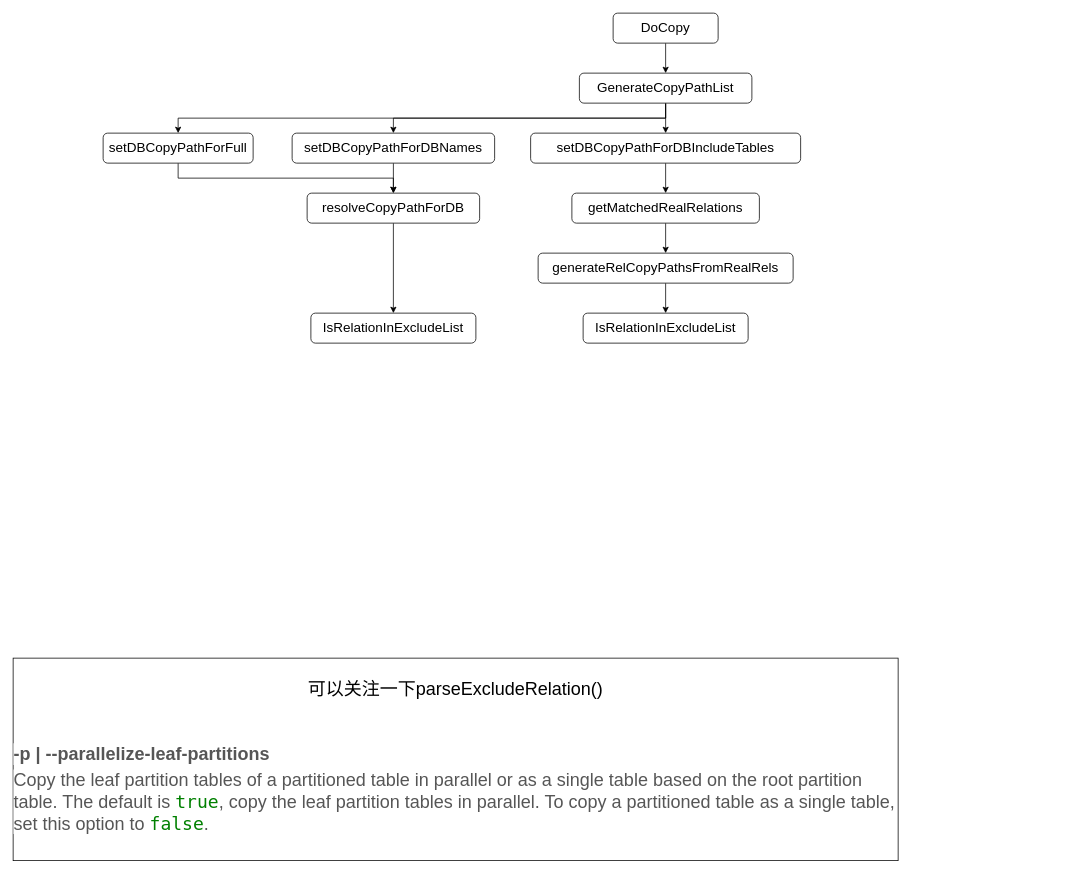
Terry1504/yongtao_notes keeps this draw.io diagram as page "第 6 页" (6 of 6) of gpcopy.drawio. Above is the earlier version. Source tidied: cells renumbered, new cells numbered last; positions are measured from the earlier drawing's top-left corner, leaving out a move shared by most shapes. Both pictures are drawn from the tidied source at 75%, with x=0, y=0 at pixel (13, 13).
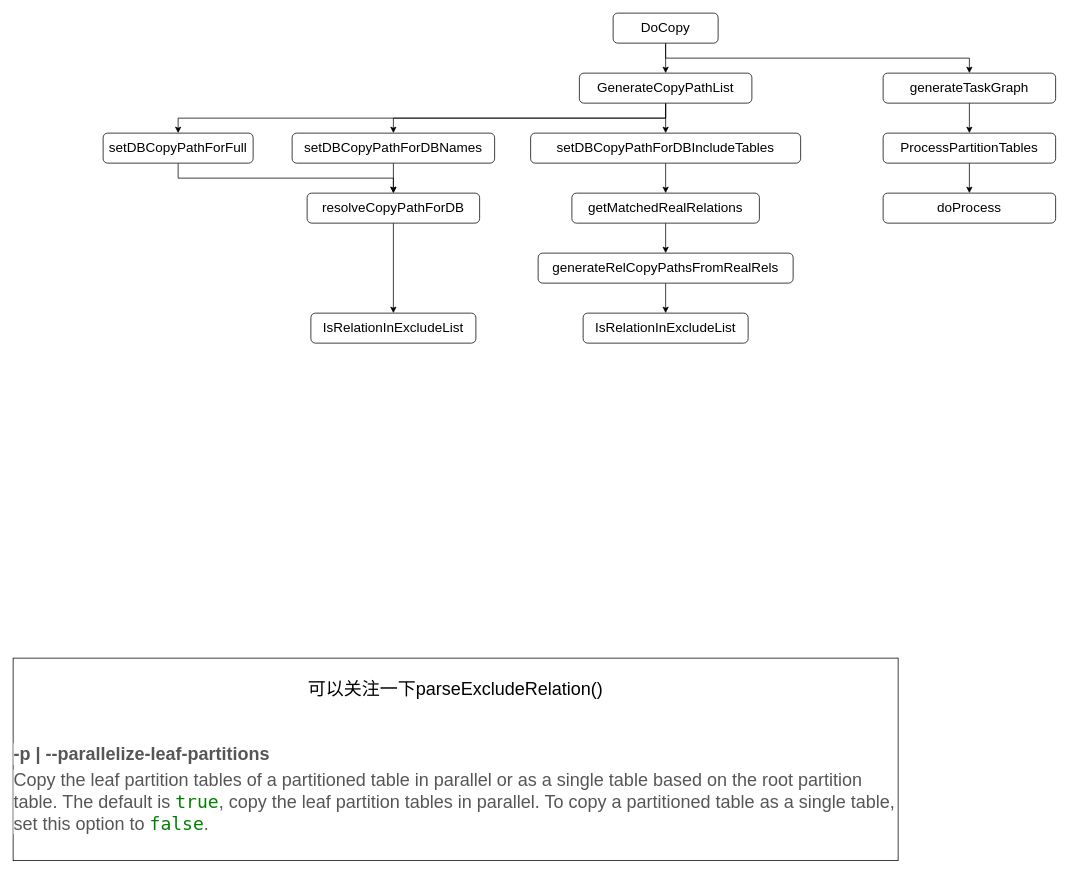
After the change.

Unchanged cells that the change refers to:
```xml
<mxCell id="14" value="&lt;font style=&quot;font-size: 18px;&quot;&gt;DoCopy&lt;/font&gt;" style="rounded=1;whiteSpace=wrap;html=1;" parent="1" vertex="1">
  <mxGeometry x="800" width="140" height="40" as="geometry" />
</mxCell>
```

Change to the diagram source:
```diff
@@
+    <mxCell id="23" style="edgeStyle=orthogonalEdgeStyle;rounded=0;jettySize=auto;html=1;exitX=0.5;exitY=1;exitDx=0;exitDy=0;entryX=0.5;entryY=0;entryDx=0;entryDy=0;" parent="1" edge="1" source="14" target="25">
+      <mxGeometry relative="1" as="geometry" />
+    </mxCell>
@@
+    <mxCell id="24" style="edgeStyle=orthogonalEdgeStyle;rounded=0;jettySize=auto;html=1;exitX=0.5;exitY=1;exitDx=0;exitDy=0;entryX=0.5;entryY=0;entryDx=0;entryDy=0;" parent="1" edge="1" source="25" target="27">
+      <mxGeometry relative="1" as="geometry" />
+    </mxCell>
+    <mxCell id="25" value="&lt;font style=&quot;font-size: 18px;&quot;&gt;generateTaskGraph&lt;/font&gt;" style="rounded=1;whiteSpace=wrap;html=1;" parent="1" vertex="1">
+      <mxGeometry x="1160" y="80" width="230" height="40" as="geometry" />
+    </mxCell>
+    <mxCell id="26" style="edgeStyle=orthogonalEdgeStyle;rounded=0;jettySize=auto;html=1;exitX=0.5;exitY=1;exitDx=0;exitDy=0;entryX=0.5;entryY=0;entryDx=0;entryDy=0;" parent="1" edge="1" source="27" target="28">
+      <mxGeometry relative="1" as="geometry" />
+    </mxCell>
+    <mxCell id="27" value="&lt;font style=&quot;font-size: 18px;&quot;&gt;ProcessPartitionTables&lt;/font&gt;" style="rounded=1;whiteSpace=wrap;html=1;" parent="1" vertex="1">
+      <mxGeometry x="1160" y="160" width="230" height="40" as="geometry" />
+    </mxCell>
+    <mxCell id="28" value="&lt;font style=&quot;font-size: 18px;&quot;&gt;doProcess&lt;/font&gt;" style="rounded=1;whiteSpace=wrap;html=1;" parent="1" vertex="1">
+      <mxGeometry x="1160" y="240" width="230" height="40" as="geometry" />
+    </mxCell>
```
